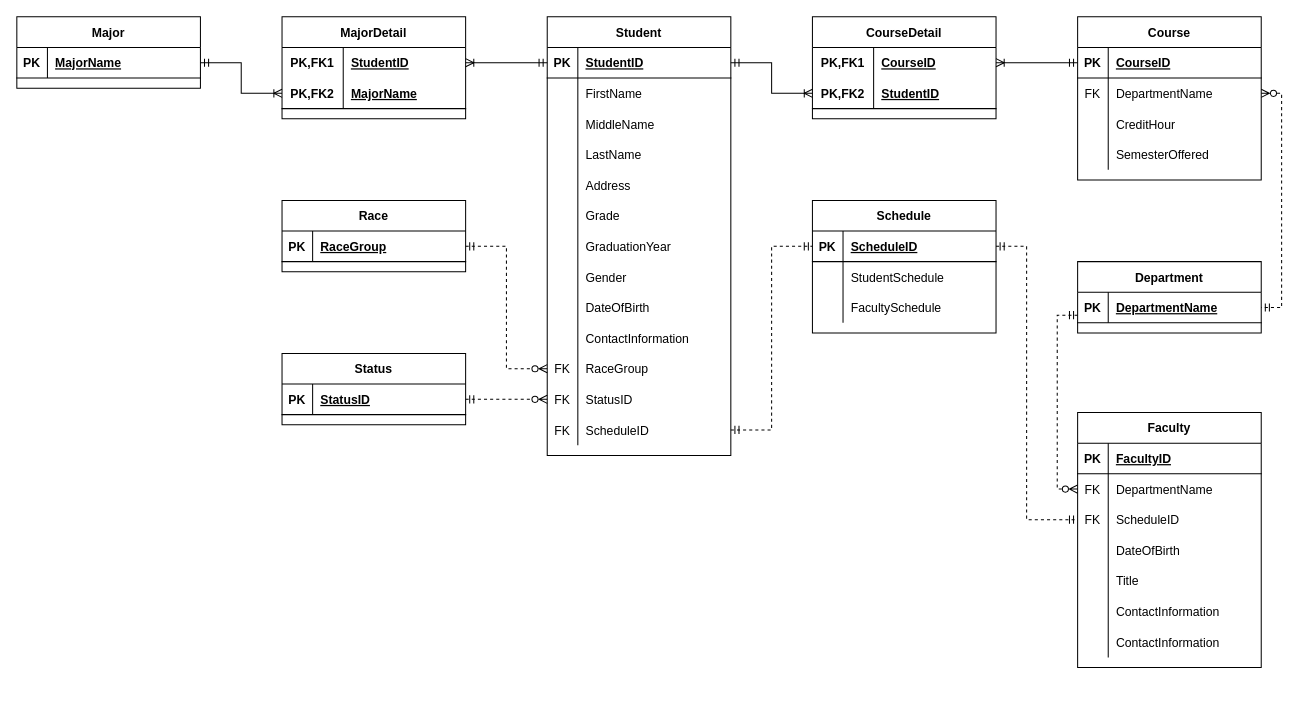
Earlier version of the draw.io diagram National Education Associates ERD.drawio (JerryJi002/Diagrams). Source tidied: cells renumbered, new cells numbered last; positions are measured from the earlier drawing's top-left corner, leaving out a move shared by most shapes. Both pictures are drawn from the tidied source at 102%, with x=0, y=0 at pixel (16, 16).
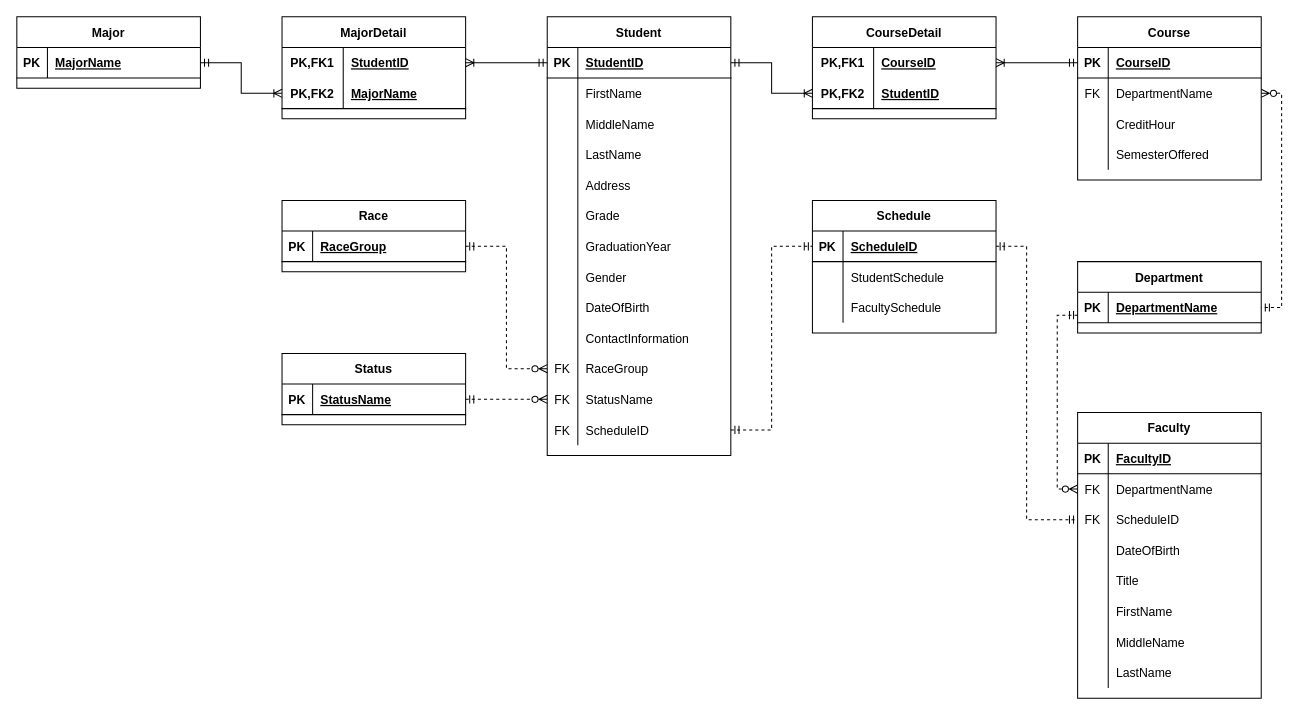
After the change.

Unchanged cells that the change refers to:
```xml
<mxCell id="36" style="shape=tableRow;horizontal=0;startSize=0;swimlaneHead=0;swimlaneBody=0;fillColor=none;points=[[0,0.5],[1,0.5]];portConstraint=eastwest;top=0;left=0;right=0;bottom=0;" parent="2" vertex="1">
  <mxGeometry y="360" width="180" height="30" as="geometry" />
</mxCell>
<mxCell id="68" style="shape=tableRow;horizontal=0;startSize=0;swimlaneHead=0;swimlaneBody=0;fillColor=none;top=0;left=0;right=0;bottom=0;" parent="52" vertex="1">
  <mxGeometry y="180" width="180" height="30" as="geometry" />
</mxCell>
<mxCell id="71" style="shape=tableRow;horizontal=0;startSize=0;swimlaneHead=0;swimlaneBody=0;fillColor=none;top=0;left=0;right=0;bottom=0;" parent="52" vertex="1">
  <mxGeometry y="210" width="180" height="30" as="geometry" />
</mxCell>
<mxCell id="108" style="shape=tableRow;horizontal=0;startSize=0;swimlaneHead=0;swimlaneBody=0;fillColor=none;points=[[0,0.5],[1,0.5]];portConstraint=eastwest;top=0;left=0;right=0;bottom=1;" parent="107" vertex="1">
  <mxGeometry y="30" width="180" height="30" as="geometry" />
</mxCell>
```

Change to the diagram source:
```diff
@@
-    <mxCell id="38" value="StatusID" style="shape=partialRectangle;fillColor=none;top=0;left=0;bottom=0;right=0;align=left;spacingLeft=6;overflow=hidden;" parent="36" vertex="1">
+    <mxCell id="38" value="StatusName" style="shape=partialRectangle;fillColor=none;top=0;left=0;bottom=0;right=0;align=left;spacingLeft=6;overflow=hidden;" parent="36" vertex="1">
       <mxGeometry x="30" width="150" height="30" as="geometry" />
     </mxCell>
@@
     <mxCell id="52" value="Faculty" style="shape=table;startSize=30;childLayout=tableLayout;rowLines=0;fontStyle=1;align=center;" parent="1" vertex="1">
-      <mxGeometry x="1040" y="388" width="180" height="250" as="geometry" />
+      <mxGeometry x="1040" y="388" width="180" height="280" as="geometry" />
     </mxCell>
@@
-    <mxCell id="70" value="ContactInformation" style="shape=partialRectangle;fillColor=none;top=0;left=0;bottom=0;right=0;align=left;spacingLeft=6;overflow=hidden;" parent="68" vertex="1">
+    <mxCell id="70" value="FirstName" style="shape=partialRectangle;fillColor=none;top=0;left=0;bottom=0;right=0;align=left;spacingLeft=6;overflow=hidden;" parent="68" vertex="1">
       <mxGeometry x="30" width="150" height="30" as="geometry" />
     </mxCell>
@@
-    <mxCell id="73" value="ContactInformation" style="shape=partialRectangle;fillColor=none;top=0;left=0;bottom=0;right=0;align=left;spacingLeft=6;overflow=hidden;" parent="71" vertex="1">
+    <mxCell id="73" value="MiddleName" style="shape=partialRectangle;fillColor=none;top=0;left=0;bottom=0;right=0;align=left;spacingLeft=6;overflow=hidden;" parent="71" vertex="1">
       <mxGeometry x="30" width="150" height="30" as="geometry" />
     </mxCell>
+    <mxCell id="127" style="shape=tableRow;horizontal=0;startSize=0;swimlaneHead=0;swimlaneBody=0;fillColor=none;top=0;left=0;right=0;bottom=0;" parent="52" vertex="1">
+      <mxGeometry y="240" width="180" height="30" as="geometry" />
+    </mxCell>
+    <mxCell id="128" style="shape=partialRectangle;fillColor=none;top=0;left=0;bottom=0;right=0;overflow=hidden;" parent="127" vertex="1">
+      <mxGeometry width="30" height="30" as="geometry" />
+    </mxCell>
+    <mxCell id="129" value="LastName" style="shape=partialRectangle;fillColor=none;top=0;left=0;bottom=0;right=0;align=left;spacingLeft=6;overflow=hidden;" parent="127" vertex="1">
+      <mxGeometry x="30" width="150" height="30" as="geometry" />
+    </mxCell>
@@
-    <mxCell id="110" value="StatusID" style="shape=partialRectangle;fillColor=none;top=0;left=0;bottom=0;right=0;align=left;spacingLeft=6;fontStyle=5;overflow=hidden;" parent="108" vertex="1">
+    <mxCell id="110" value="StatusName" style="shape=partialRectangle;fillColor=none;top=0;left=0;bottom=0;right=0;align=left;spacingLeft=6;fontStyle=5;overflow=hidden;" parent="108" vertex="1">
       <mxGeometry x="30" width="150" height="30" as="geometry" />
     </mxCell>
```
